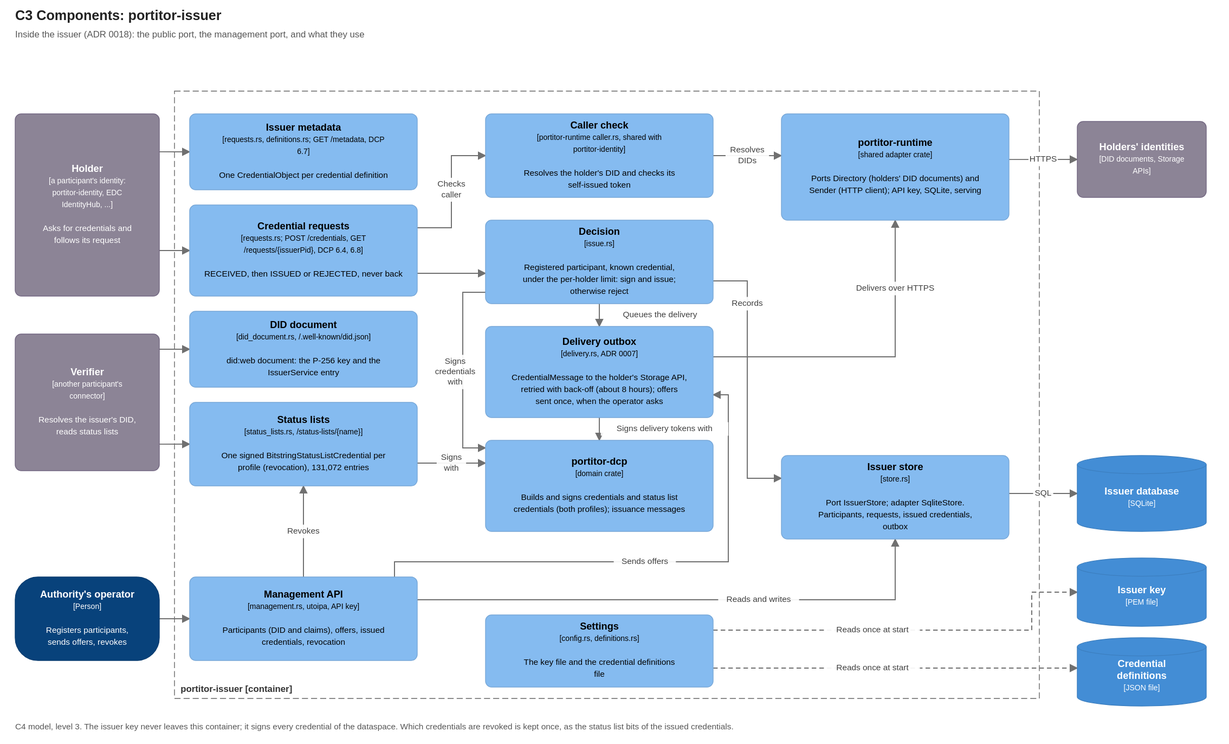
Above: docs/diagrams/c3-issuer-components.drawio.svg in brunopacheco1/ldsc (draw.io), before the change. Source tidied: cells renumbered, new cells last; positions are measured from the earlier drawing's top-left corner, leaving out a move shared by most shapes.
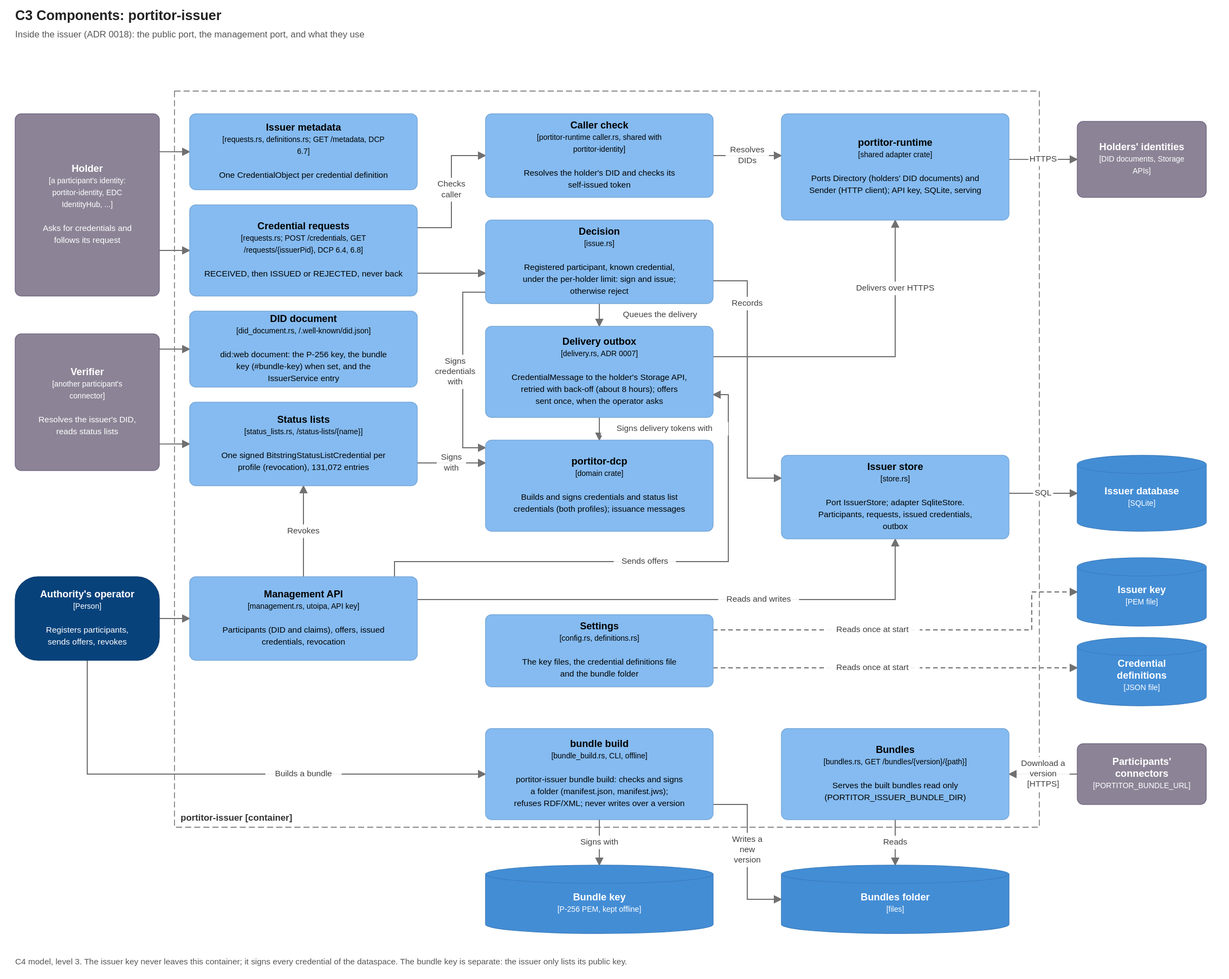
Later version of the same file.

Change to the diagram source:
```diff
@@ -3,7 +3,7 @@
     <mxCell id="0" />
     <mxCell id="1" parent="0" />
     <mxCell id="2" value="portitor-issuer  [container]" style="rounded=0;whiteSpace=wrap;html=1;fillColor=none;dashed=1;dashPattern=8 4;strokeColor=#666666;fontColor=#333333;align=left;verticalAlign=bottom;spacingLeft=8;spacingBottom=4;fontSize=12;fontStyle=1;" parent="1" vertex="1">
-      <mxGeometry x="210" width="1140" height="800" as="geometry" />
+      <mxGeometry x="210" width="1140" height="970" as="geometry" />
     </mxCell>
     <mxCell id="3" value="&lt;b&gt;Holder&lt;/b&gt;&lt;br&gt;&lt;font style=&quot;font-size:10px&quot;&gt;[a participant&amp;#x27;s identity: portitor-identity, EDC IdentityHub, ...]&lt;/font&gt;&lt;br&gt;&lt;br&gt;&lt;font style=&quot;font-size:11px&quot;&gt;Asks for credentials and follows its request&lt;/font&gt;" style="rounded=1;arcSize=8;whiteSpace=wrap;html=1;fillColor=#8C8496;strokeColor=#736782;fontColor=#FFFFFF;fontSize=13;align=center;verticalAlign=middle;c4Kind=external;c4Name=Holder;" parent="1" vertex="1">
       <mxGeometry y="30" width="190" height="240" as="geometry" />
@@ -20,7 +20,7 @@
     <mxCell id="7" value="&lt;b&gt;Credential requests&lt;/b&gt;&lt;br&gt;&lt;font style=&quot;font-size:10px&quot;&gt;[requests.rs; POST /credentials, GET /requests/{issuerPid}, DCP 6.4, 6.8]&lt;/font&gt;&lt;br&gt;&lt;br&gt;&lt;font style=&quot;font-size:11px&quot;&gt;RECEIVED, then ISSUED or REJECTED, never back&lt;/font&gt;" style="rounded=1;arcSize=8;whiteSpace=wrap;html=1;fillColor=#85BBF0;strokeColor=#78A8D8;fontColor=#000000;fontSize=13;align=center;verticalAlign=middle;c4Kind=component;c4Name=Credential requests;" parent="1" vertex="1">
       <mxGeometry x="230" y="150" width="300" height="120" as="geometry" />
     </mxCell>
-    <mxCell id="8" value="&lt;b&gt;DID document&lt;/b&gt;&lt;br&gt;&lt;font style=&quot;font-size:10px&quot;&gt;[did_document.rs, /.well-known/did.json]&lt;/font&gt;&lt;br&gt;&lt;br&gt;&lt;font style=&quot;font-size:11px&quot;&gt;did:web document: the P-256 key and the IssuerService entry&lt;/font&gt;" style="rounded=1;arcSize=8;whiteSpace=wrap;html=1;fillColor=#85BBF0;strokeColor=#78A8D8;fontColor=#000000;fontSize=13;align=center;verticalAlign=middle;c4Kind=component;c4Name=DID document;" parent="1" vertex="1">
+    <mxCell id="8" value="&lt;b&gt;DID document&lt;/b&gt;&lt;br&gt;&lt;font style=&quot;font-size:10px&quot;&gt;[did_document.rs, /.well-known/did.json]&lt;/font&gt;&lt;br&gt;&lt;br&gt;&lt;font style=&quot;font-size:11px&quot;&gt;did:web document: the P-256 key, the bundle key (#bundle-key) when set, and the IssuerService entry&lt;/font&gt;" style="rounded=1;arcSize=8;whiteSpace=wrap;html=1;fillColor=#85BBF0;strokeColor=#78A8D8;fontColor=#000000;fontSize=13;align=center;verticalAlign=middle;c4Kind=component;c4Name=DID document;" parent="1" vertex="1">
       <mxGeometry x="230" y="290" width="300" height="100" as="geometry" />
     </mxCell>
     <mxCell id="9" value="&lt;b&gt;Status lists&lt;/b&gt;&lt;br&gt;&lt;font style=&quot;font-size:10px&quot;&gt;[status_lists.rs, /status-lists/{name}]&lt;/font&gt;&lt;br&gt;&lt;br&gt;&lt;font style=&quot;font-size:11px&quot;&gt;One signed BitstringStatusListCredential per profile (revocation), 131,072 entries&lt;/font&gt;" style="rounded=1;arcSize=8;whiteSpace=wrap;html=1;fillColor=#85BBF0;strokeColor=#78A8D8;fontColor=#000000;fontSize=13;align=center;verticalAlign=middle;c4Kind=component;c4Name=Status lists;" parent="1" vertex="1">
@@ -41,7 +41,7 @@
     <mxCell id="14" value="&lt;b&gt;portitor-dcp&lt;/b&gt;&lt;br&gt;&lt;font style=&quot;font-size:10px&quot;&gt;[domain crate]&lt;/font&gt;&lt;br&gt;&lt;br&gt;&lt;font style=&quot;font-size:11px&quot;&gt;Builds and signs credentials and status list credentials (both profiles); issuance messages&lt;/font&gt;" style="rounded=1;arcSize=8;whiteSpace=wrap;html=1;fillColor=#85BBF0;strokeColor=#78A8D8;fontColor=#000000;fontSize=13;align=center;verticalAlign=middle;c4Kind=component;c4Name=portitor-dcp;" parent="1" vertex="1">
       <mxGeometry x="620" y="460" width="300" height="120" as="geometry" />
     </mxCell>
-    <mxCell id="15" value="&lt;b&gt;Settings&lt;/b&gt;&lt;br&gt;&lt;font style=&quot;font-size:10px&quot;&gt;[config.rs, definitions.rs]&lt;/font&gt;&lt;br&gt;&lt;br&gt;&lt;font style=&quot;font-size:11px&quot;&gt;The key file and the credential definitions file&lt;/font&gt;" style="rounded=1;arcSize=8;whiteSpace=wrap;html=1;fillColor=#85BBF0;strokeColor=#78A8D8;fontColor=#000000;fontSize=13;align=center;verticalAlign=middle;c4Kind=component;c4Name=Settings;" parent="1" vertex="1">
+    <mxCell id="15" value="&lt;b&gt;Settings&lt;/b&gt;&lt;br&gt;&lt;font style=&quot;font-size:10px&quot;&gt;[config.rs, definitions.rs]&lt;/font&gt;&lt;br&gt;&lt;br&gt;&lt;font style=&quot;font-size:11px&quot;&gt;The key files, the credential definitions file and the bundle folder&lt;/font&gt;" style="rounded=1;arcSize=8;whiteSpace=wrap;html=1;fillColor=#85BBF0;strokeColor=#78A8D8;fontColor=#000000;fontSize=13;align=center;verticalAlign=middle;c4Kind=component;c4Name=Settings;" parent="1" vertex="1">
       <mxGeometry x="620" y="690" width="300" height="95" as="geometry" />
     </mxCell>
     <mxCell id="16" value="&lt;b&gt;portitor-runtime&lt;/b&gt;&lt;br&gt;&lt;font style=&quot;font-size:10px&quot;&gt;[shared adapter crate]&lt;/font&gt;&lt;br&gt;&lt;br&gt;&lt;font style=&quot;font-size:11px&quot;&gt;Ports Directory (holders&amp;#x27; DID documents) and Sender (HTTP client); API key, SQLite, serving&lt;/font&gt;" style="rounded=1;arcSize=8;whiteSpace=wrap;html=1;fillColor=#85BBF0;strokeColor=#78A8D8;fontColor=#000000;fontSize=13;align=center;verticalAlign=middle;c4Kind=component;c4Name=portitor-runtime;" parent="1" vertex="1">
@@ -142,9 +142,6 @@
     <mxCell id="40" value="Reads once at start" style="endArrow=blockThin;endFill=1;html=1;rounded=0;strokeColor=#707070;fontSize=11;fontColor=#404040;labelBackgroundColor=#FFFFFF;dashed=1;exitX=1.000;exitY=0.737;exitPerimeter=0;entryX=0.000;entryY=0.444;entryPerimeter=0;" parent="1" edge="1" source="15" target="21">
       <mxGeometry relative="1" as="geometry" />
     </mxCell>
-    <mxCell id="41" value="C4 model, level 3. The issuer key never leaves this container; it signs every credential of the dataspace. Which credentials are revoked is kept once, as the status list bits of the issued credentials." style="text;html=1;align=left;verticalAlign=top;fontSize=11;fontColor=#555555;whiteSpace=wrap;" parent="1" vertex="1">
-      <mxGeometry y="820" width="1580" height="40" as="geometry" />
-    </mxCell>
     <mxCell id="42" value="Signs credentials with" style="endArrow=blockThin;endFill=1;html=1;rounded=0;strokeColor=#707070;fontSize=11;fontColor=#404040;labelBackgroundColor=#FFFFFF;exitX=0.000;exitY=0.864;exitPerimeter=0;entryX=0.000;entryY=0.083;entryPerimeter=0;" parent="1" edge="1" source="12" target="14">
       <mxGeometry relative="1" as="geometry">
         <Array as="points">
@@ -162,5 +159,47 @@
         </Array>
       </mxGeometry>
     </mxCell>
+    <mxCell id="44" value="&lt;b&gt;bundle build&lt;/b&gt;&lt;br&gt;&lt;font style=&quot;font-size:10px&quot;&gt;[bundle_build.rs, CLI, offline]&lt;/font&gt;&lt;br&gt;&lt;br&gt;&lt;font style=&quot;font-size:11px&quot;&gt;portitor-issuer bundle build: checks and signs a folder (manifest.json, manifest.jws); refuses RDF/XML; never writes over a version&lt;/font&gt;" style="rounded=1;arcSize=8;whiteSpace=wrap;html=1;fillColor=#85BBF0;strokeColor=#78A8D8;fontColor=#000000;fontSize=13;align=center;verticalAlign=middle;c4Kind=component;c4Name=bundle build;" parent="1" vertex="1">
+      <mxGeometry x="620" y="840" width="300" height="120" as="geometry" />
+    </mxCell>
+    <mxCell id="45" value="&lt;b&gt;Bundles&lt;/b&gt;&lt;br&gt;&lt;font style=&quot;font-size:10px&quot;&gt;[bundles.rs, GET /bundles/{version}/{path}]&lt;/font&gt;&lt;br&gt;&lt;br&gt;&lt;font style=&quot;font-size:11px&quot;&gt;Serves the built bundles read only (PORTITOR_ISSUER_BUNDLE_DIR)&lt;/font&gt;" style="rounded=1;arcSize=8;whiteSpace=wrap;html=1;fillColor=#85BBF0;strokeColor=#78A8D8;fontColor=#000000;fontSize=13;align=center;verticalAlign=middle;c4Kind=component;c4Name=Bundles;" parent="1" vertex="1">
+      <mxGeometry x="1010" y="840" width="300" height="120" as="geometry" />
+    </mxCell>
+    <mxCell id="46" value="&lt;b&gt;Participants&amp;#x27; connectors&lt;/b&gt;&lt;br&gt;&lt;font style=&quot;font-size:10px&quot;&gt;[PORTITOR_BUNDLE_URL]&lt;/font&gt;" style="rounded=1;arcSize=8;whiteSpace=wrap;html=1;fillColor=#8C8496;strokeColor=#736782;fontColor=#FFFFFF;fontSize=13;align=center;verticalAlign=middle;c4Kind=external;c4Name=Participants' connectors;" parent="1" vertex="1">
+      <mxGeometry x="1400" y="860" width="170" height="80" as="geometry" />
+    </mxCell>
+    <mxCell id="47" value="&lt;b&gt;Bundle key&lt;/b&gt;&lt;br&gt;&lt;font style=&quot;font-size:10px&quot;&gt;[P-256 PEM, kept offline]&lt;/font&gt;" style="shape=cylinder3;size=12;boundedLbl=1;whiteSpace=wrap;html=1;fillColor=#438DD5;strokeColor=#3C7FC0;fontColor=#FFFFFF;fontSize=13;align=center;verticalAlign=middle;c4Kind=database;c4Name=Bundle key;" parent="1" vertex="1">
+      <mxGeometry x="620" y="1020" width="300" height="90" as="geometry" />
+    </mxCell>
+    <mxCell id="48" value="&lt;b&gt;Bundles folder&lt;/b&gt;&lt;br&gt;&lt;font style=&quot;font-size:10px&quot;&gt;[files]&lt;/font&gt;" style="shape=cylinder3;size=12;boundedLbl=1;whiteSpace=wrap;html=1;fillColor=#438DD5;strokeColor=#3C7FC0;fontColor=#FFFFFF;fontSize=13;align=center;verticalAlign=middle;c4Kind=database;c4Name=Bundles folder;" parent="1" vertex="1">
+      <mxGeometry x="1010" y="1020" width="300" height="90" as="geometry" />
+    </mxCell>
+    <mxCell id="49" value="Builds a bundle" style="endArrow=blockThin;endFill=1;html=1;rounded=0;strokeColor=#707070;fontSize=11;fontColor=#404040;labelBackgroundColor=#FFFFFF;exitX=0.500;exitY=1.000;exitPerimeter=0;entryX=0.000;entryY=0.500;entryPerimeter=0;" parent="1" edge="1" source="5" target="44">
+      <mxGeometry relative="1" as="geometry">
+        <Array as="points">
+          <mxPoint x="95" y="900" />
+        </Array>
+      </mxGeometry>
+    </mxCell>
+    <mxCell id="50" value="Signs with" style="endArrow=blockThin;endFill=1;html=1;rounded=0;strokeColor=#707070;fontSize=11;fontColor=#404040;labelBackgroundColor=#FFFFFF;exitX=0.500;exitY=1.000;exitPerimeter=0;entryX=0.500;entryY=0.000;entryPerimeter=0;" parent="1" edge="1" source="44" target="47">
+      <mxGeometry relative="1" as="geometry" />
+    </mxCell>
+    <mxCell id="51" value="Writes a new version" style="endArrow=blockThin;endFill=1;html=1;rounded=0;strokeColor=#707070;fontSize=11;fontColor=#404040;labelBackgroundColor=#FFFFFF;exitX=1.000;exitY=0.833;exitPerimeter=0;entryX=0.000;entryY=0.500;entryPerimeter=0;" parent="1" edge="1" source="44" target="48">
+      <mxGeometry relative="1" as="geometry">
+        <Array as="points">
+          <mxPoint x="965" y="940" />
+          <mxPoint x="965" y="1065" />
+        </Array>
+      </mxGeometry>
+    </mxCell>
+    <mxCell id="52" value="Reads" style="endArrow=blockThin;endFill=1;html=1;rounded=0;strokeColor=#707070;fontSize=11;fontColor=#404040;labelBackgroundColor=#FFFFFF;exitX=0.500;exitY=1.000;exitPerimeter=0;entryX=0.500;entryY=0.000;entryPerimeter=0;" parent="1" edge="1" source="45" target="48">
+      <mxGeometry relative="1" as="geometry" />
+    </mxCell>
+    <mxCell id="53" value="Download a version&#10;[HTTPS]" style="endArrow=blockThin;endFill=1;html=1;rounded=0;strokeColor=#707070;fontSize=11;fontColor=#404040;labelBackgroundColor=#FFFFFF;exitX=0.000;exitY=0.500;exitPerimeter=0;entryX=1.000;entryY=0.500;entryPerimeter=0;" parent="1" edge="1" source="46" target="45">
+      <mxGeometry relative="1" as="geometry" />
+    </mxCell>
+    <mxCell id="41" value="C4 model, level 3. The issuer key never leaves this container; it signs every credential of the dataspace. The bundle key is separate: the issuer only lists its public key." style="text;html=1;align=left;verticalAlign=top;fontSize=11;fontColor=#555555;whiteSpace=wrap;" parent="1" vertex="1">
+      <mxGeometry y="1130" width="1580" height="40" as="geometry" />
+    </mxCell>
   </root>
 </mxGraphModel>
```
